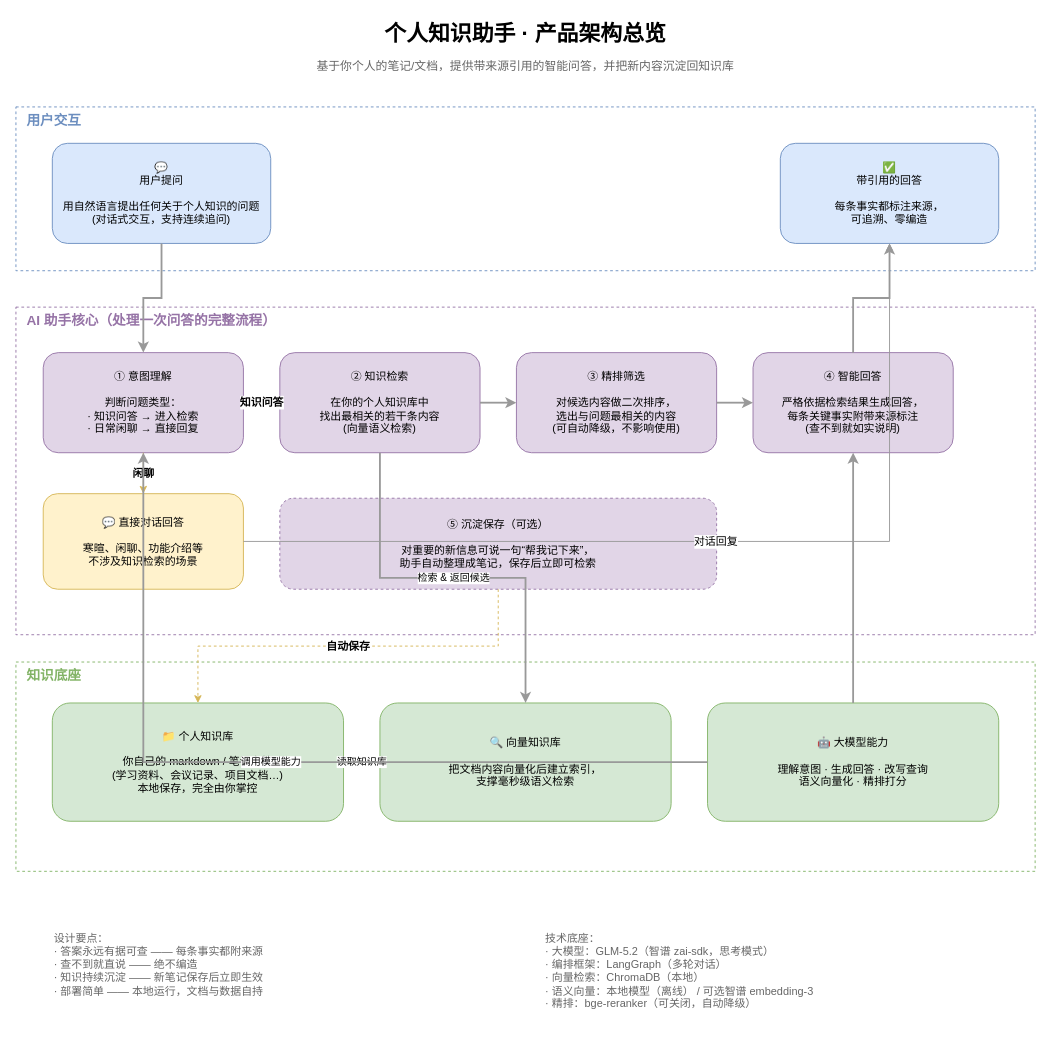
Suguyun/personal-knowledge-agent keeps this draw.io diagram as drawio/architecture-overview.drawio. Above is the earlier version. Source tidied: cells renumbered, new cells numbered last; positions are measured from the earlier drawing's top-left corner, leaving out a move shared by most shapes. Both pictures are drawn from the tidied source at 91%, with x=0, y=0 at pixel (15, 15).
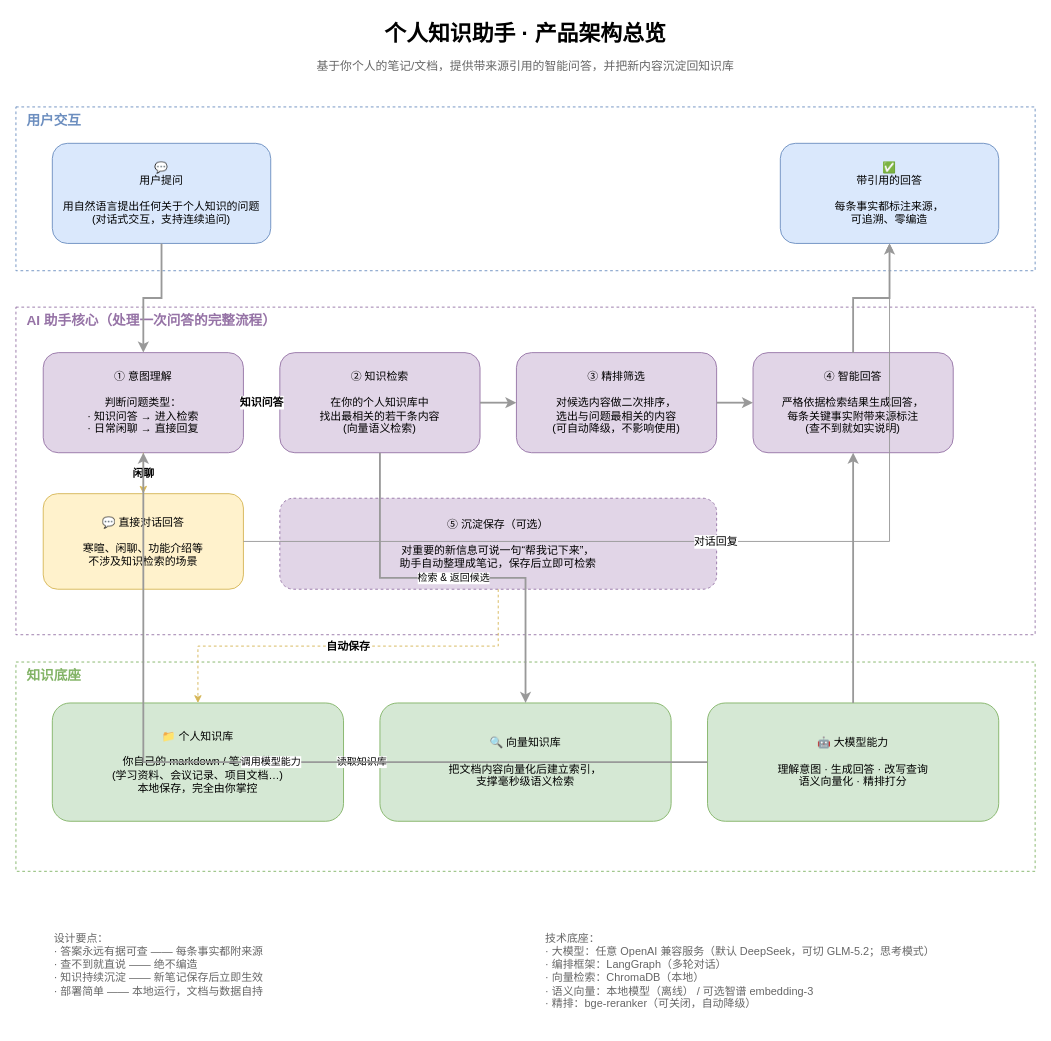
After the change.

What changed in the source:
```diff
@@
-    <mxCell id="34" value="技术底座：&#10;· 大模型：GLM-5.2（智谱 zai-sdk，思考模式）&#10;· 编排框架：LangGraph（多轮对话）&#10;· 向量检索：ChromaDB（本地）&#10;· 语义向量：本地模型（离线） / 可选智谱 embedding-3&#10;· 精排：bge-reranker（可关闭，自动降级）" style="text;html=1;fontSize=12;align=left;verticalAlign=top;whiteSpace=wrap;fontColor=#666666;" parent="1" vertex="1">
+    <mxCell id="34" value="技术底座：&#10;· 大模型：任意 OpenAI 兼容服务（默认 DeepSeek，可切 GLM-5.2；思考模式）&#10;· 编排框架：LangGraph（多轮对话）&#10;· 向量检索：ChromaDB（本地）&#10;· 语义向量：本地模型（离线） / 可选智谱 embedding-3&#10;· 精排：bge-reranker（可关闭，自动降级）" style="text;html=1;fontSize=12;align=left;verticalAlign=top;whiteSpace=wrap;fontColor=#666666;" parent="1" vertex="1">
       <mxGeometry x="580" y="1000" width="480" height="110" as="geometry" />
     </mxCell>
```
